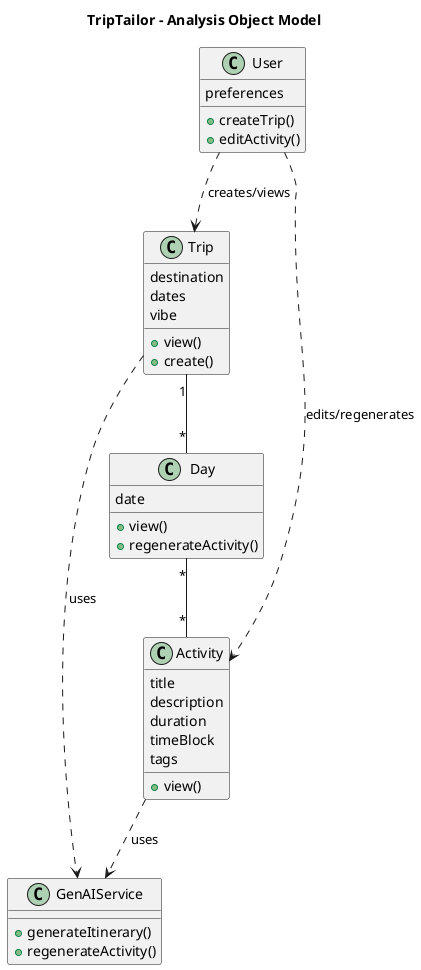
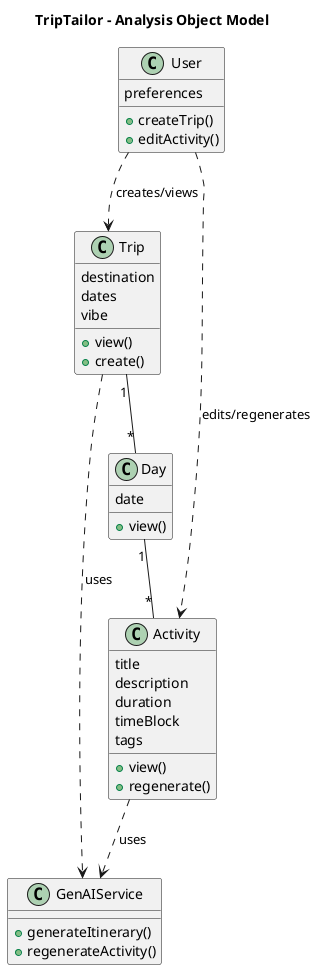
@startuml analysis-object-model
title TripTailor - Analysis Object Model

class Trip {
  destination
  dates
  vibe
  + view()
  + create()
}

class Day {
  date
  + view()
-   + regenerateActivity()
}

class Activity {
  title
  description
  duration
  timeBlock
  tags
  + view()
+   + regenerate()
}

class User {
  preferences
  + createTrip()
  + editActivity()
}

- ' Necessary?
- ' ==========
class GenAIService {
  + generateItinerary()
  + regenerateActivity()
}

- Activity ..> GenAIService : uses
- Trip ..> GenAIService : uses
- ' =========
- 
- 
- 
Trip "1" -- "*" Day
- Day "*" -- "*" Activity
+ Day "1" -- "*" Activity

User ..> Trip : creates/views
User ..> Activity : edits/regenerates

+ Trip ..> GenAIService : uses
+ Activity ..> GenAIService : uses
+ 
@enduml